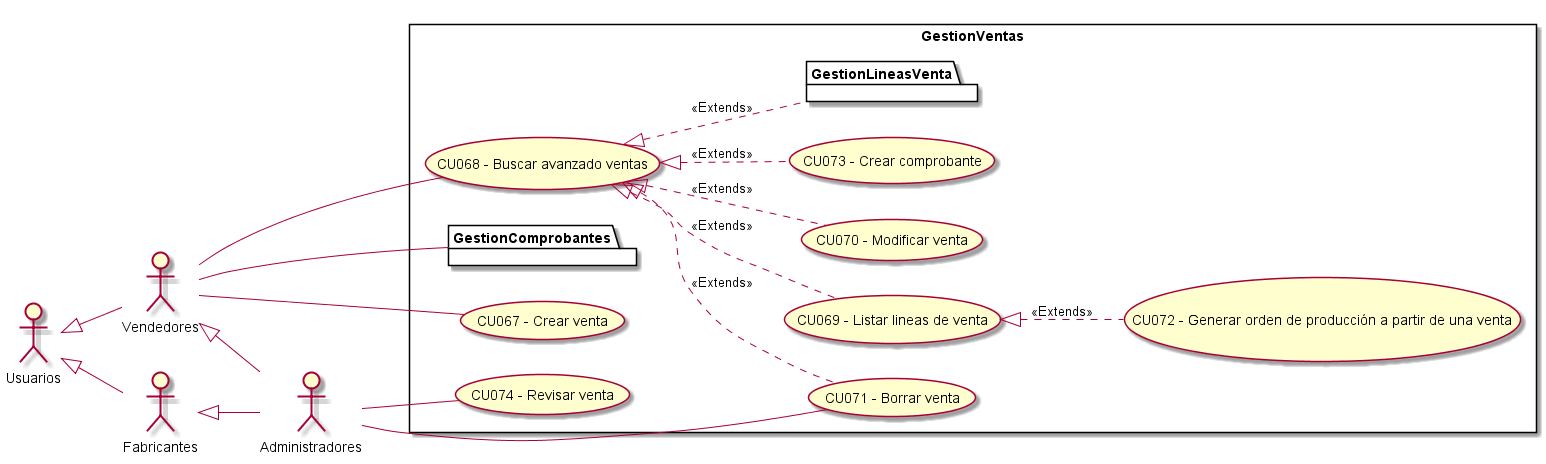
Above: Informe Final/Imagenes/ModeladoDeCasosDeUso/DiagramaDeCasosDeUso/GestionVentas.png in ZMGestion/DocumentacionZMGestion (PlantUML), before the change.
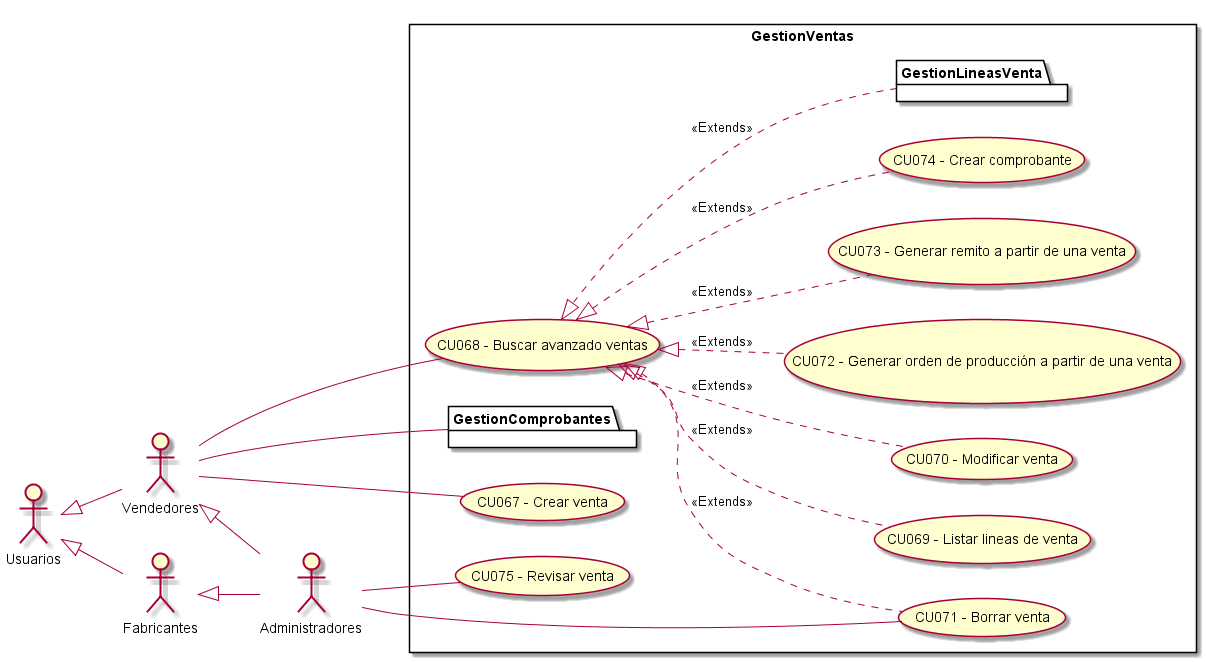
The same diagram one commit later.

Diff of the diagram source:
```diff
@@ -18,9 +18,10 @@
     UseCase "CU069 - Listar lineas de venta " as Listar
     UseCase "CU070 - Modificar venta" as M
     UseCase "CU071 - Borrar venta" as B
-    UseCase "CU072 - Generar orden de producción a partir de una venta" as Generar
-    UseCase "CU073 - Crear comprobante" as CrearComprobante
-    UseCase "CU074 - Revisar venta" as Revisar
+    UseCase "CU072 - Generar orden de producción a partir de una venta" as GenerarOrden
+    UseCase "CU073 - Generar remito a partir de una venta" as GenerarRemito
+    UseCase "CU074 - Crear comprobante" as CrearComprobante
+    UseCase "CU075 - Revisar venta" as Revisar
     package GestionLineasVenta{
     }
     package GestionComprobantes{
@@ -31,7 +32,8 @@
     BA <|.. Listar : <<Extends>>
     BA <|.. CrearComprobante : <<Extends>>
     BA <|.. GestionLineasVenta : <<Extends>>
-    Listar <|.. Generar : <<Extends>>
+    BA <|.. GenerarOrden : <<Extends>>
+    BA <|.. GenerarRemito : <<Extends>>
 }
     Vendedores -- C
     Vendedores -- GestionComprobantes
```
